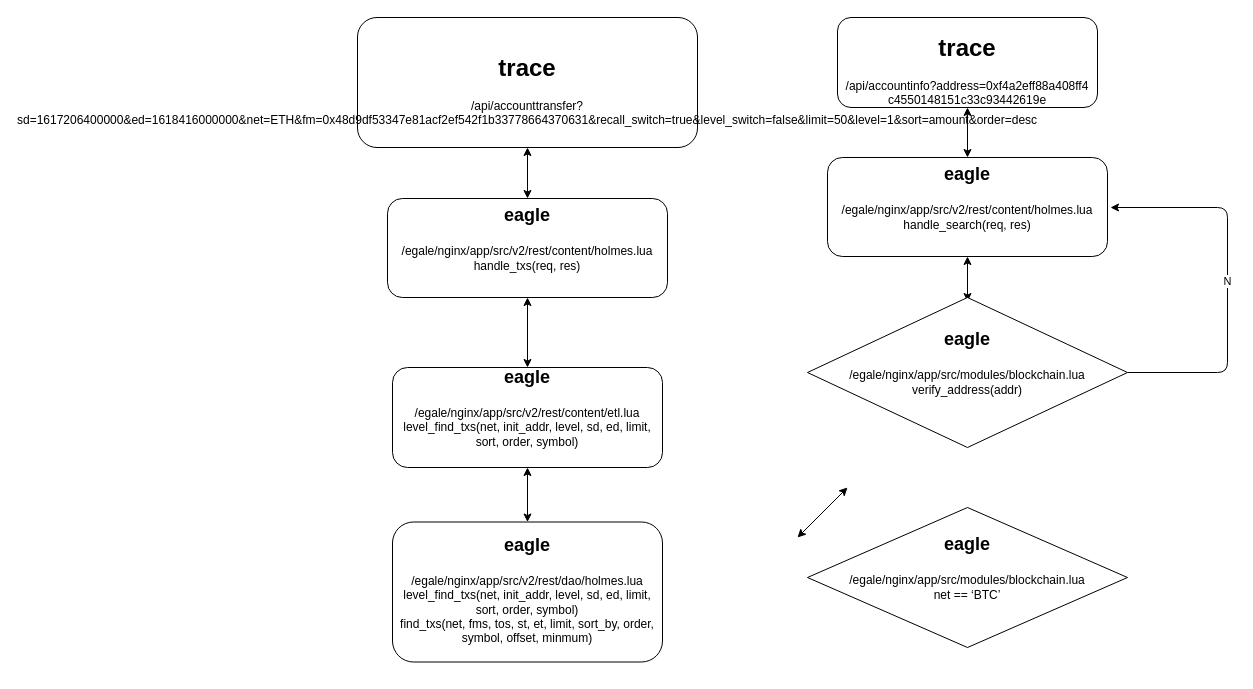
The draw.io diagram bigdata-study/Untitled Diagram.drawio in cxinping/bigdata, before the edit. Source tidied: cells renumbered, new cells numbered last; positions are measured from the earlier drawing's top-left corner, leaving out a move shared by most shapes. Both pictures are drawn from the tidied source at 100%, with x=0, y=0 at pixel (357, 17).
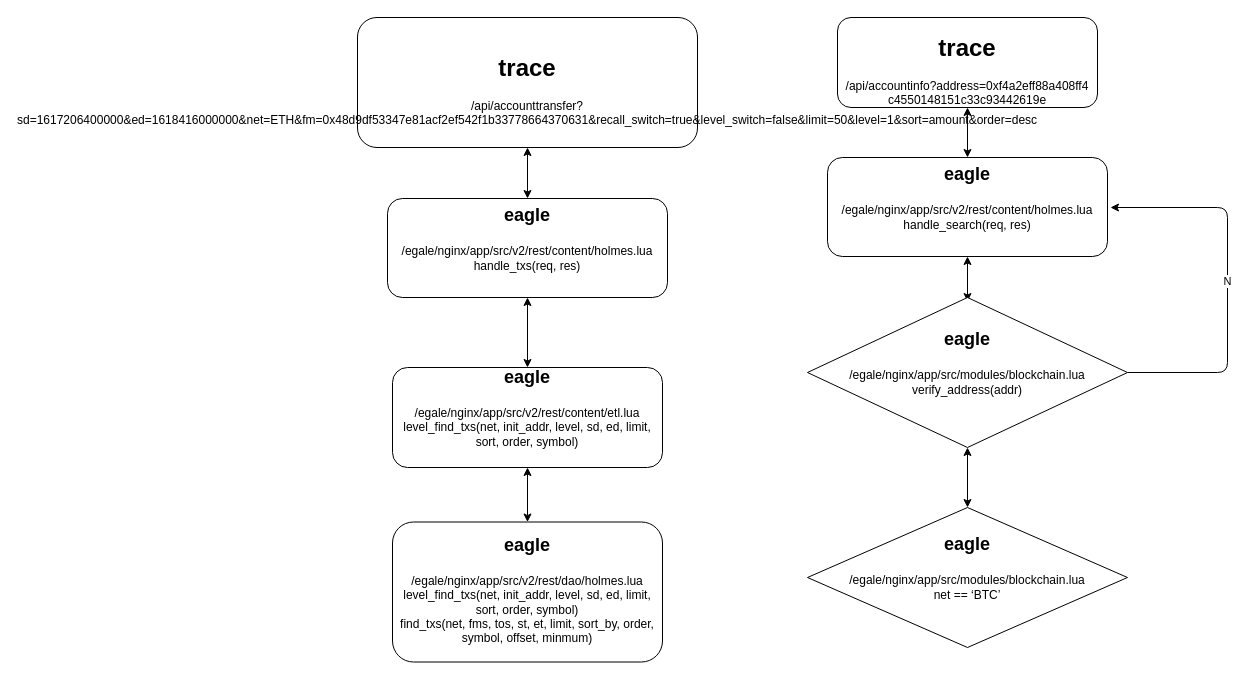
The same diagram, later.

Unchanged cells that the change refers to:
```xml
<mxCell id="13" value="&lt;h1&gt;&lt;font style=&quot;font-size: 18px&quot;&gt;eagle&lt;/font&gt;&lt;/h1&gt;&lt;p&gt;/egale/nginx/app/src/modules/blockchain.lua&lt;br&gt;verify_address(addr)&lt;br&gt;&lt;br&gt;&lt;br&gt;&lt;/p&gt;" style="rhombus;whiteSpace=wrap;html=1;" parent="1" vertex="1">
  <mxGeometry x="450" y="280" width="320" height="150" as="geometry" />
</mxCell>
<mxCell id="16" value="&lt;h1&gt;&lt;font style=&quot;font-size: 18px&quot;&gt;eagle&lt;/font&gt;&lt;/h1&gt;&lt;p&gt;/egale/nginx/app/src/modules/blockchain.lua&lt;br&gt;net == ‘BTC’&lt;br&gt;&lt;br&gt;&lt;br&gt;&lt;/p&gt;" style="rhombus;whiteSpace=wrap;html=1;" parent="1" vertex="1">
  <mxGeometry x="450" y="490" width="320" height="140" as="geometry" />
</mxCell>
```

Diff of the diagram source:
```diff
@@
-    <mxCell id="17" style="endArrow=classic;startArrow=classic;html=1;" parent="1" edge="1">
-      <mxGeometry relative="1" as="geometry">
-        <mxPoint x="440" y="520" as="sourcePoint" />
-        <mxPoint x="490" y="470" as="targetPoint" />
-      </mxGeometry>
+    <mxCell id="17" style="endArrow=classic;startArrow=classic;html=1;entryX=0.5;entryY=1;entryDx=0;entryDy=0;exitX=0.5;exitY=0;exitDx=0;exitDy=0;" parent="1" edge="1" source="16" target="13">
+      <mxGeometry relative="1" as="geometry" />
     </mxCell>
```
